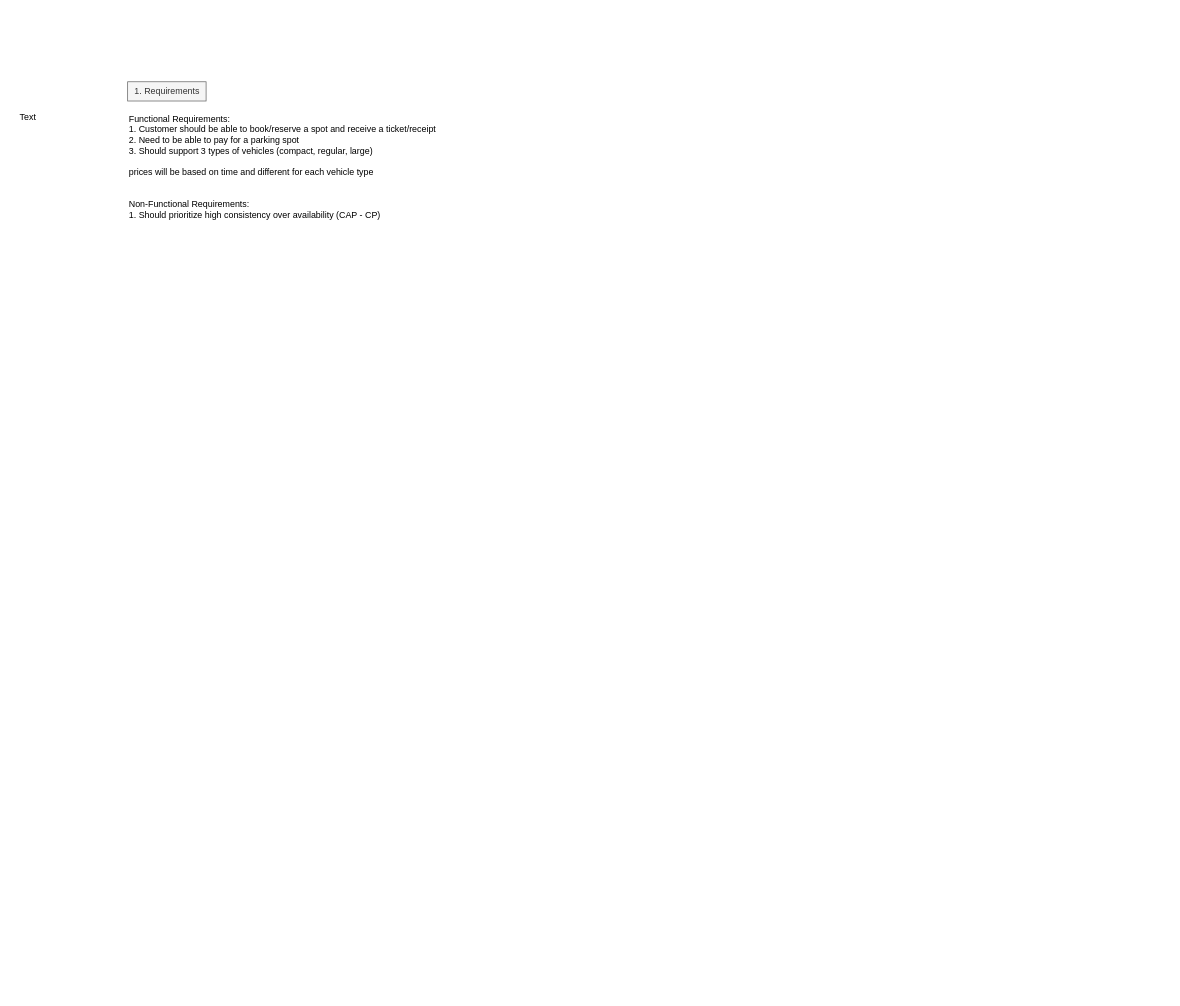
lacrimae/system_design_practice keeps this draw.io diagram as page "parking lot" (8 of 10) of system_design.drawio. Above is the earlier version. Source tidied: cells renumbered, new cells numbered last; positions are measured from the earlier drawing's top-left corner, leaving out a move shared by most shapes. Both pictures are drawn from the tidied source at 74%, with x=0, y=0 at pixel (13, 81).
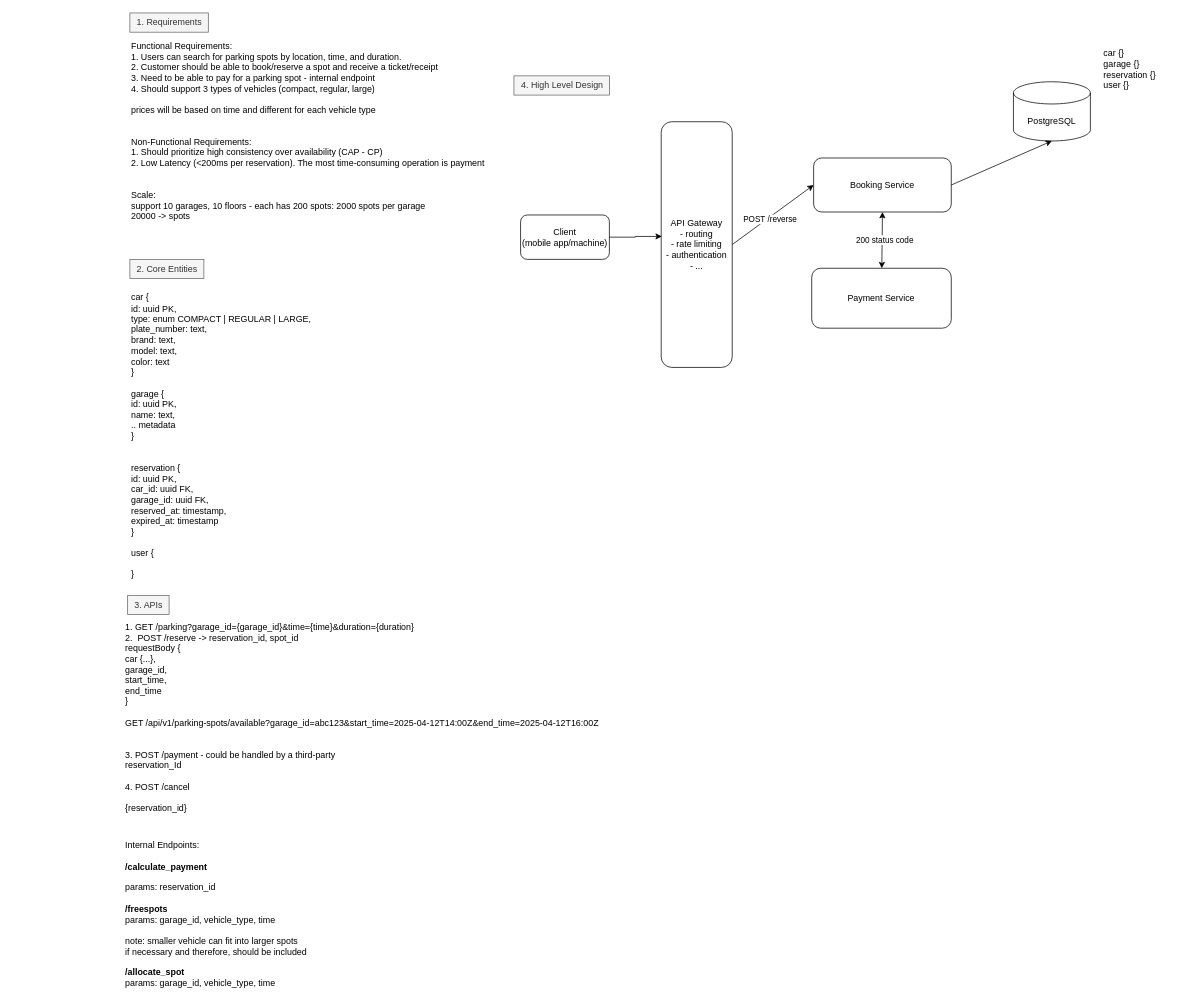
After the change.

What changed in the source:
```diff
@@
-    <mxCell id="2" value="Text" style="text;html=1;align=center;verticalAlign=middle;strokeColor=none;fillColor=none;" parent="1" vertex="1">
-      <mxGeometry y="35" width="40" height="26" as="geometry" />
-    </mxCell>
     <mxCell id="3" value="1. Requirements" style="text;html=1;align=center;verticalAlign=middle;strokeColor=#666666;fillColor=#f5f5f5;fontColor=#333333;" parent="1" vertex="1">
-      <mxGeometry x="155" width="106" height="26" as="geometry" />
+      <mxGeometry x="158" y="-93" width="106" height="26" as="geometry" />
     </mxCell>
-    <mxCell id="4" value="Functional Requirements:&amp;nbsp;&lt;span style=&quot;background-color: transparent; color: light-dark(rgb(0, 0, 0), rgb(255, 255, 255));&quot;&gt;&amp;nbsp;&lt;/span&gt;&lt;div&gt;1. Customer should be able to book/reserve a spot and receive a ticket/receipt&lt;/div&gt;&lt;div&gt;2. Need to be able to pay for a parking spot&lt;/div&gt;&lt;div&gt;3. Should support 3 types of vehicles (compact, regular, large)&lt;/div&gt;&lt;div&gt;&lt;br&gt;&lt;/div&gt;&lt;div&gt;prices will be based on time and different for each vehicle type&lt;/div&gt;&lt;div&gt;&lt;br&gt;&lt;/div&gt;&lt;div&gt;&lt;br&gt;&lt;/div&gt;&lt;div&gt;Non-Functional Requirements:&lt;/div&gt;&lt;div&gt;1. Should prioritize high consistency over availability (CAP - CP)&lt;/div&gt;" style="text;html=1;align=left;verticalAlign=middle;strokeColor=none;fillColor=none;" parent="1" vertex="1">
-      <mxGeometry x="155" y="37" width="433" height="156" as="geometry" />
+    <mxCell id="4" value="Functional Requirements:&amp;nbsp;&lt;span style=&quot;background-color: transparent; color: light-dark(rgb(0, 0, 0), rgb(255, 255, 255));&quot;&gt;&amp;nbsp;&lt;/span&gt;&lt;div&gt;1.&amp;nbsp;&lt;span style=&quot;background-color: transparent; color: light-dark(rgb(0, 0, 0), rgb(255, 255, 255));&quot;&gt;Users can search for parking spots by location, time, and duration.&lt;/span&gt;&lt;span style=&quot;background-color: transparent; color: light-dark(rgb(0, 0, 0), rgb(255, 255, 255));&quot;&gt;&amp;nbsp;&lt;/span&gt;&lt;/div&gt;&lt;div&gt;2. Customer should be able to book/reserve a spot and receive a ticket/receipt&lt;/div&gt;&lt;div&gt;3. Need to be able to pay for a parking spot - internal endpoint&lt;/div&gt;&lt;div&gt;4. Should support 3 types of vehicles (compact, regular, large)&lt;/div&gt;&lt;div&gt;&lt;br&gt;&lt;/div&gt;&lt;div&gt;prices will be based on time and different for each vehicle type&lt;/div&gt;&lt;div&gt;&lt;br&gt;&lt;/div&gt;&lt;div&gt;&lt;br&gt;&lt;/div&gt;&lt;div&gt;Non-Functional Requirements:&lt;/div&gt;&lt;div&gt;1. Should prioritize high consistency over availability (CAP - CP)&lt;/div&gt;&lt;div&gt;2. Low Latency (&amp;lt;200ms per reservation). The most time-consuming operation is payment&lt;/div&gt;&lt;div&gt;&lt;br&gt;&lt;/div&gt;&lt;div&gt;&lt;br&gt;&lt;/div&gt;&lt;div&gt;Scale:&lt;/div&gt;&lt;div&gt;support 10 garages, 10 floors - each has 200 spots: 2000 spots per garage&lt;/div&gt;&lt;div&gt;20000 -&amp;gt; spots&lt;/div&gt;" style="text;html=1;align=left;verticalAlign=middle;strokeColor=none;fillColor=none;" parent="1" vertex="1">
+      <mxGeometry x="158" y="-62" width="496" height="257" as="geometry" />
     </mxCell>
+    <mxCell id="5" value="2. Core Entities" style="text;html=1;align=center;verticalAlign=middle;strokeColor=#666666;fillColor=#f5f5f5;fontColor=#333333;" parent="1" vertex="1">
+      <mxGeometry x="158" y="240" width="100" height="26" as="geometry" />
+    </mxCell>
+    <mxCell id="6" value="3. APIs" style="text;html=1;align=center;verticalAlign=middle;strokeColor=#666666;fillColor=#f5f5f5;fontColor=#333333;" parent="1" vertex="1">
+      <mxGeometry x="155" y="694" width="56" height="26" as="geometry" />
+    </mxCell>
+    <mxCell id="7" value="car {&lt;div&gt;id: uuid PK,&lt;/div&gt;&lt;div&gt;type: enum COMPACT | REGULAR | LARGE,&lt;/div&gt;&lt;div&gt;plate_number: text,&lt;/div&gt;&lt;div&gt;brand: text,&lt;/div&gt;&lt;div&gt;model: text,&lt;/div&gt;&lt;div&gt;color: text&lt;/div&gt;&lt;div&gt;}&lt;/div&gt;&lt;div&gt;&lt;br&gt;&lt;/div&gt;&lt;div&gt;garage {&lt;/div&gt;&lt;div&gt;id: uuid PK,&lt;/div&gt;&lt;div&gt;name: text,&lt;/div&gt;&lt;div&gt;.. metadata&lt;/div&gt;&lt;div&gt;}&lt;/div&gt;&lt;div&gt;&lt;br&gt;&lt;/div&gt;&lt;div&gt;&lt;br&gt;&lt;/div&gt;&lt;div&gt;reservation {&lt;/div&gt;&lt;div&gt;id: uuid PK,&lt;/div&gt;&lt;div&gt;car_id: uuid FK,&lt;/div&gt;&lt;div&gt;garage_id: uuid FK,&lt;/div&gt;&lt;div&gt;reserved_at: timestamp,&lt;/div&gt;&lt;div&gt;expired_at: timestamp&lt;/div&gt;&lt;div&gt;}&lt;/div&gt;&lt;div&gt;&lt;br&gt;&lt;/div&gt;&lt;div&gt;user {&lt;/div&gt;&lt;div&gt;&lt;br&gt;&lt;/div&gt;&lt;div&gt;}&lt;/div&gt;" style="text;html=1;align=left;verticalAlign=middle;strokeColor=none;fillColor=none;" parent="1" vertex="1">
+      <mxGeometry x="158" y="278" width="261" height="401" as="geometry" />
+    </mxCell>
+    <mxCell id="8" value="&lt;div&gt;&lt;br&gt;&lt;/div&gt;&lt;div&gt;1. GET /parking?garage_id={garage_id}&amp;amp;time={time}&amp;amp;duration={duration}&lt;/div&gt;2.&amp;nbsp; POST /reserve -&amp;gt; reservation_id, spot_id&lt;div&gt;requestBody {&lt;/div&gt;&lt;div&gt;car {...},&lt;/div&gt;&lt;div&gt;garage_id,&lt;/div&gt;&lt;div&gt;start_time,&lt;/div&gt;&lt;div&gt;end_time&lt;/div&gt;&lt;div&gt;}&lt;/div&gt;&lt;div&gt;&lt;br&gt;&lt;/div&gt;&lt;div&gt;&lt;div&gt;GET /api/v1/parking-spots/available?garage_id=abc123&amp;amp;start_time=2025-04-12T14:00Z&amp;amp;end_time=2025-04-12T16:00Z&lt;/div&gt;&lt;div&gt;&lt;br&gt;&lt;/div&gt;&lt;/div&gt;&lt;div&gt;&lt;br&gt;&lt;/div&gt;&lt;div&gt;3. POST /payment - could be handled by a third-party&lt;/div&gt;&lt;div&gt;reservation_Id&lt;/div&gt;&lt;div&gt;&lt;br&gt;&lt;/div&gt;&lt;div&gt;4. POST /cancel&lt;/div&gt;&lt;div&gt;&lt;br&gt;&lt;/div&gt;&lt;div&gt;{reservation_id}&lt;/div&gt;" style="text;html=1;align=left;verticalAlign=middle;strokeColor=none;fillColor=none;" parent="1" vertex="1">
+      <mxGeometry x="150" y="709" width="658" height="286" as="geometry" />
+    </mxCell>
+    <mxCell id="9" value="4. High Level Design" style="text;html=1;align=center;verticalAlign=middle;strokeColor=#666666;fillColor=#f5f5f5;fontColor=#333333;" parent="1" vertex="1">
+      <mxGeometry x="677" y="-8" width="129" height="26" as="geometry" />
+    </mxCell>
+    <mxCell id="10" value="Client&lt;div&gt;(mobile app/machine)&lt;/div&gt;" style="rounded=1;whiteSpace=wrap;html=1;" parent="1" vertex="1">
+      <mxGeometry x="686" y="180" width="120" height="60" as="geometry" />
+    </mxCell>
+    <mxCell id="11" style="rounded=0;jettySize=auto;html=1;exitX=1;exitY=0.5;exitDx=0;exitDy=0;entryX=0;entryY=0.5;entryDx=0;entryDy=0;" parent="1" edge="1" source="13" target="17">
+      <mxGeometry relative="1" as="geometry" />
+    </mxCell>
+    <mxCell id="12" value="POST /reverse" style="edgeLabel;html=1;align=center;verticalAlign=middle;" parent="11" vertex="1">
+      <mxGeometry x="-0.28" y="2" relative="1" as="geometry">
+        <mxPoint x="12" y="-4" as="offset" />
+      </mxGeometry>
+    </mxCell>
+    <mxCell id="13" value="API Gateway&lt;div&gt;- routing&lt;/div&gt;&lt;div&gt;- rate limiting&lt;/div&gt;&lt;div&gt;- authentication&lt;/div&gt;&lt;div&gt;- ...&lt;/div&gt;" style="rounded=1;whiteSpace=wrap;html=1;" parent="1" vertex="1">
+      <mxGeometry x="876" y="54" width="96" height="332" as="geometry" />
+    </mxCell>
+    <mxCell id="14" style="edgeStyle=orthogonalEdgeStyle;rounded=0;jettySize=auto;html=1;exitX=1;exitY=0.5;exitDx=0;exitDy=0;entryX=0.009;entryY=0.467;entryDx=0;entryDy=0;entryPerimeter=0;" parent="1" edge="1" source="10" target="13">
+      <mxGeometry relative="1" as="geometry" />
+    </mxCell>
+    <mxCell id="15" style="rounded=0;jettySize=auto;html=1;exitX=0.5;exitY=1;exitDx=0;exitDy=0;startArrow=classic;startFill=1;" parent="1" edge="1" source="17" target="21">
+      <mxGeometry relative="1" as="geometry" />
+    </mxCell>
+    <mxCell id="16" value="200 status code" style="edgeLabel;html=1;align=center;verticalAlign=middle;" parent="15" vertex="1">
+      <mxGeometry x="-0.03" y="3" relative="1" as="geometry" />
+    </mxCell>
+    <mxCell id="17" value="Booking Service" style="rounded=1;whiteSpace=wrap;html=1;" parent="1" vertex="1">
+      <mxGeometry x="1082" y="103" width="186" height="73" as="geometry" />
+    </mxCell>
+    <mxCell id="18" value="PostgreSQL" style="shape=cylinder3;whiteSpace=wrap;html=1;boundedLbl=1;backgroundOutline=1;size=15;" parent="1" vertex="1">
+      <mxGeometry x="1352" width="104" height="80" as="geometry" />
+    </mxCell>
+    <mxCell id="19" value="car {}&lt;div&gt;garage {}&lt;/div&gt;&lt;div&gt;reservation {}&lt;/div&gt;&lt;div&gt;user {}&lt;/div&gt;" style="text;html=1;align=left;verticalAlign=middle;strokeColor=none;fillColor=none;" parent="1" vertex="1">
+      <mxGeometry x="1472" y="-52" width="89" height="70" as="geometry" />
+    </mxCell>
+    <mxCell id="20" style="rounded=0;jettySize=auto;html=1;exitX=1;exitY=0.5;exitDx=0;exitDy=0;entryX=0.5;entryY=1;entryDx=0;entryDy=0;entryPerimeter=0;" parent="1" edge="1" source="17" target="18">
+      <mxGeometry relative="1" as="geometry" />
+    </mxCell>
+    <mxCell id="21" value="Payment Service" style="rounded=1;whiteSpace=wrap;html=1;" parent="1" vertex="1">
+      <mxGeometry x="1079.4" y="252" width="188.6" height="81" as="geometry" />
+    </mxCell>
+    <mxCell id="22" value="Internal Endpoints:&lt;div&gt;&lt;br&gt;&lt;div&gt;&lt;b&gt;/calculate_payment&lt;/b&gt;&lt;/div&gt;&lt;div&gt;&lt;br&gt;&lt;/div&gt;&lt;div&gt;params: reservation_id&lt;/div&gt;&lt;div&gt;&lt;br&gt;&lt;/div&gt;&lt;div&gt;&lt;b&gt;/freespots&lt;/b&gt;&lt;/div&gt;&lt;div&gt;params: garage_id, vehicle_type, time&lt;/div&gt;&lt;div&gt;&lt;br&gt;&lt;/div&gt;&lt;div&gt;note: smaller vehicle can fit into larger spots&lt;/div&gt;&lt;div&gt;if necessary and therefore, should be included&lt;/div&gt;&lt;div&gt;&lt;br&gt;&lt;/div&gt;&lt;div&gt;&lt;b&gt;/allocate_spot&lt;/b&gt;&lt;/div&gt;&lt;div&gt;params: garage_id, vehicle_type, time&lt;/div&gt;&lt;/div&gt;" style="text;html=1;align=left;verticalAlign=middle;strokeColor=none;fillColor=none;" parent="1" vertex="1">
+      <mxGeometry x="150" y="1018" width="263" height="214" as="geometry" />
+    </mxCell>
```
